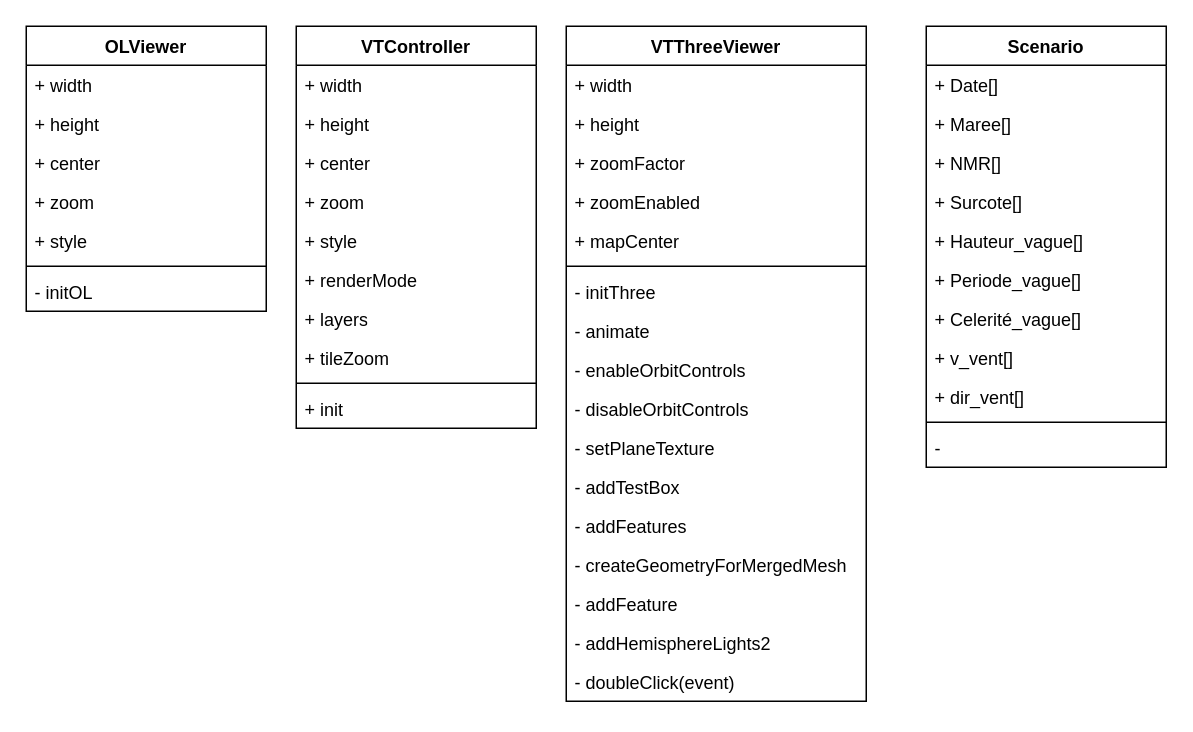
Earlier version of the draw.io diagram page "class" (2 of 6) of UML_diagrams.drawio (IlonaBaran/oracles). Source tidied: cells renumbered, new cells numbered last; positions are measured from the earlier drawing's top-left corner, leaving out a move shared by most shapes. Both pictures are drawn from the tidied source at 150%, with x=0, y=0 at pixel (26, 26).
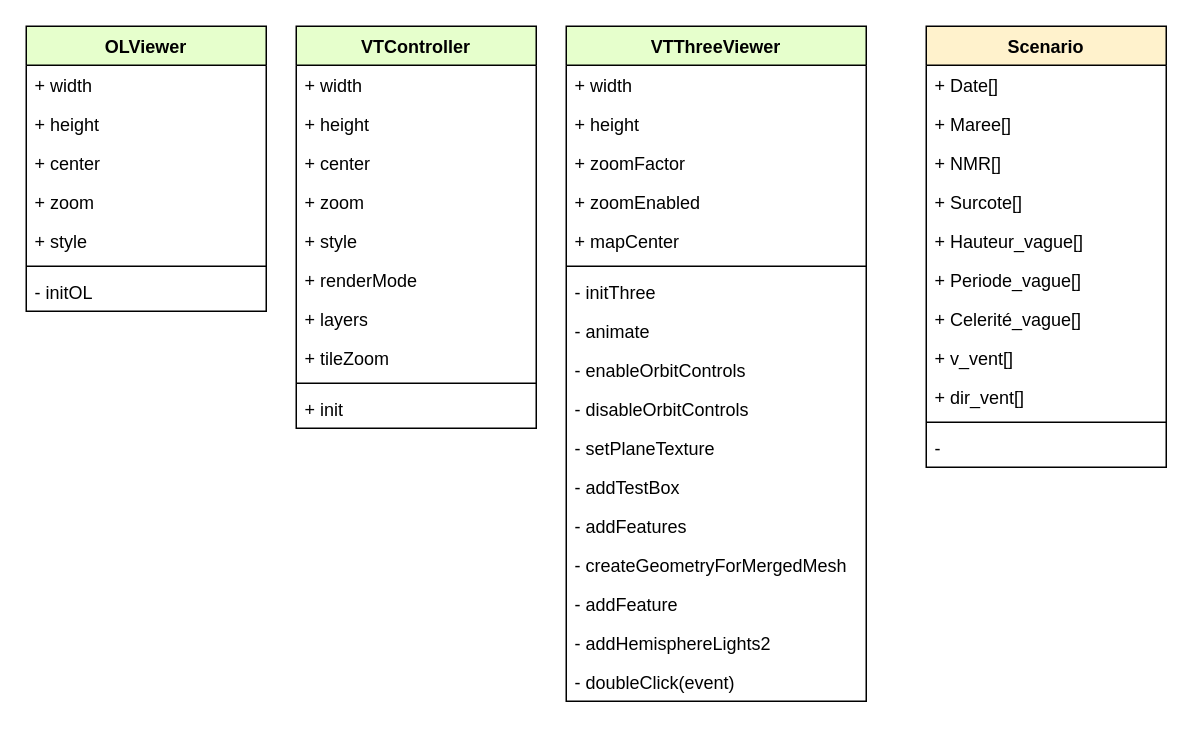
Above is the later version.

Commit message:
class diagram update

Diff of the diagram source:
```diff
@@
-    <mxCell id="2" value="OLViewer" style="swimlane;fontStyle=1;align=center;verticalAlign=top;horizontal=1;startSize=26;whiteSpace=wrap;html=1;" parent="1" vertex="1">
+    <mxCell id="2" value="OLViewer" style="swimlane;fontStyle=1;align=center;verticalAlign=top;horizontal=1;startSize=26;whiteSpace=wrap;html=1;fillColor=#E6FFCC;" parent="1" vertex="1">
       <mxGeometry width="160" height="190" as="geometry" />
     </mxCell>
@@
-    <mxCell id="10" value="VTController" style="swimlane;fontStyle=1;align=center;verticalAlign=top;horizontal=1;startSize=26;whiteSpace=wrap;html=1;" parent="1" vertex="1">
+    <mxCell id="10" value="VTController" style="swimlane;fontStyle=1;align=center;verticalAlign=top;horizontal=1;startSize=26;whiteSpace=wrap;html=1;fillColor=#E6FFCC;" parent="1" vertex="1">
       <mxGeometry x="180" width="160" height="268" as="geometry" />
     </mxCell>
@@
-    <mxCell id="21" value="VTThreeViewer" style="swimlane;fontStyle=1;align=center;verticalAlign=top;horizontal=1;startSize=26;whiteSpace=wrap;html=1;" parent="1" vertex="1">
+    <mxCell id="21" value="VTThreeViewer" style="swimlane;fontStyle=1;align=center;verticalAlign=top;horizontal=1;startSize=26;whiteSpace=wrap;html=1;fillColor=#E6FFCC;" parent="1" vertex="1">
       <mxGeometry x="360" width="200" height="450" as="geometry" />
     </mxCell>
@@
-    <mxCell id="39" value="Scenario" style="swimlane;fontStyle=1;align=center;verticalAlign=top;horizontal=1;startSize=26;whiteSpace=wrap;html=1;" parent="1" vertex="1">
+    <mxCell id="39" value="Scenario" style="swimlane;fontStyle=1;align=center;verticalAlign=top;horizontal=1;startSize=26;whiteSpace=wrap;html=1;fillColor=#FFF2CC;" parent="1" vertex="1">
       <mxGeometry x="600" width="160" height="294" as="geometry" />
     </mxCell>
```
